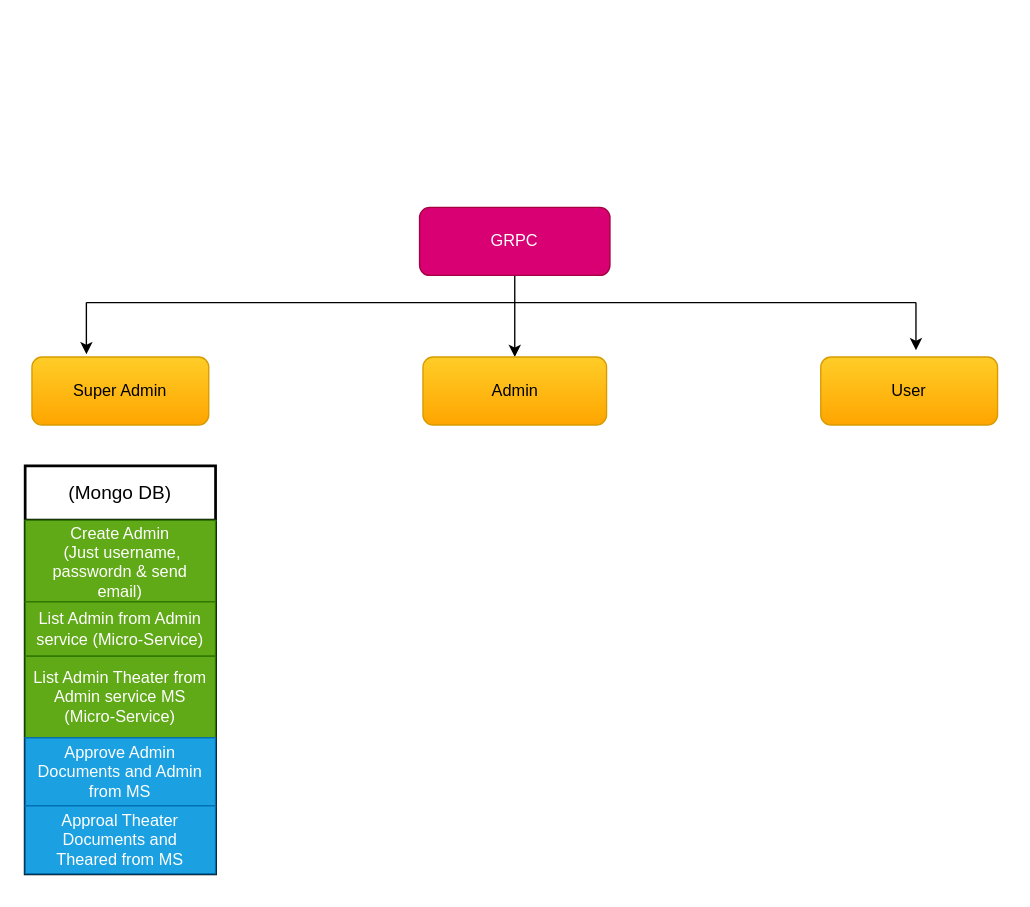
This is test.drawio from Arun0803200/Microservice-Project, a draw.io file, before an edit. Source tidied: cells renumbered, new cells numbered last; positions are measured from the earlier drawing's top-left corner, leaving out a move shared by most shapes. Both pictures are drawn from the tidied source at 136%, with x=0, y=0 at pixel (24, 207).
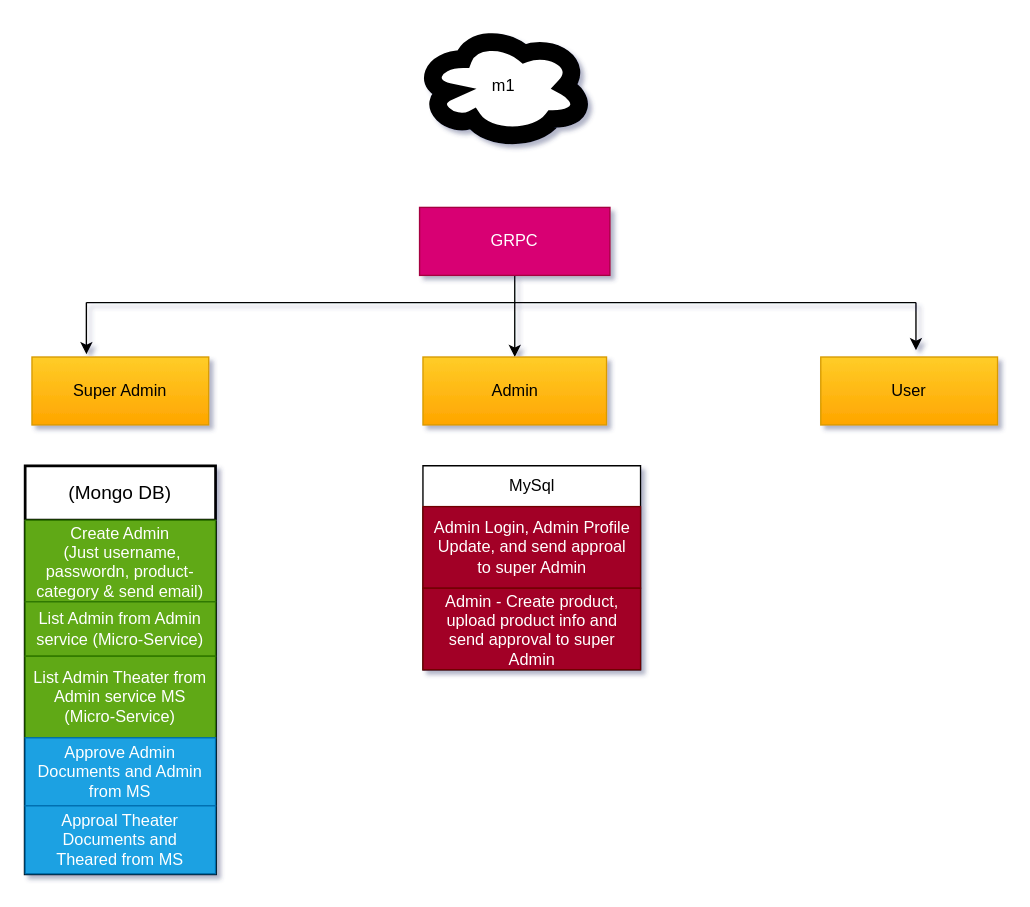
Above is the later version.

Commit message:
Add admin flow for m1

Diff of the diagram source:
```diff
@@
-<mxGraphModel>
+<mxGraphModel shadow="1">
@@
-    <mxCell id="2" style="edgeStyle=none;html=1;exitX=0.5;exitY=1;exitDx=0;exitDy=0;entryX=0.5;entryY=0;entryDx=0;entryDy=0;" parent="1" edge="1" source="3" target="5">
+    <mxCell id="2" style="edgeStyle=none;html=1;exitX=0.5;exitY=1;exitDx=0;exitDy=0;entryX=0.5;entryY=0;entryDx=0;entryDy=0;rounded=0;" parent="1" edge="1" source="3" target="5">
       <mxGeometry relative="1" as="geometry" />
     </mxCell>
-    <mxCell id="3" value="GRPC" style="rounded=1;whiteSpace=wrap;html=1;fillColor=#d80073;fontColor=#ffffff;strokeColor=#A50040;" parent="1" vertex="1">
+    <mxCell id="3" value="GRPC" style="rounded=0;whiteSpace=wrap;html=1;fillColor=#d80073;fontColor=#ffffff;strokeColor=#A50040;" parent="1" vertex="1">
       <mxGeometry x="290" width="140" height="50" as="geometry" />
     </mxCell>
-    <mxCell id="4" value="Super Admin" style="rounded=1;whiteSpace=wrap;html=1;fillColor=#ffcd28;gradientColor=#ffa500;strokeColor=#d79b00;" parent="1" vertex="1">
+    <mxCell id="4" value="Super Admin" style="rounded=0;whiteSpace=wrap;html=1;fillColor=#ffcd28;gradientColor=#ffa500;strokeColor=#d79b00;" parent="1" vertex="1">
       <mxGeometry x="5" y="110" width="130" height="50" as="geometry" />
     </mxCell>
-    <mxCell id="5" value="Admin" style="rounded=1;whiteSpace=wrap;html=1;fillColor=#ffcd28;gradientColor=#ffa500;strokeColor=#d79b00;" parent="1" vertex="1">
+    <mxCell id="5" value="Admin" style="rounded=0;whiteSpace=wrap;html=1;fillColor=#ffcd28;gradientColor=#ffa500;strokeColor=#d79b00;" parent="1" vertex="1">
       <mxGeometry x="292.5" y="110" width="135" height="50" as="geometry" />
     </mxCell>
-    <mxCell id="6" value="User" style="rounded=1;whiteSpace=wrap;html=1;fillColor=#ffcd28;gradientColor=#ffa500;strokeColor=#d79b00;" parent="1" vertex="1">
+    <mxCell id="6" value="User" style="rounded=0;whiteSpace=wrap;html=1;fillColor=#ffcd28;gradientColor=#ffa500;strokeColor=#d79b00;" parent="1" vertex="1">
       <mxGeometry x="585" y="110" width="130" height="50" as="geometry" />
     </mxCell>
-    <mxCell id="7" style="endArrow=none;html=1;" parent="1" edge="1">
+    <mxCell id="7" style="endArrow=none;html=1;rounded=0;" parent="1" edge="1">
       <mxGeometry relative="1" as="geometry">
         <mxPoint x="45" y="70" as="sourcePoint" />
         <mxPoint x="655" y="70" as="targetPoint" />
       </mxGeometry>
     </mxCell>
-    <mxCell id="8" style="endArrow=classic;html=1;entryX=0.308;entryY=-0.04;entryDx=0;entryDy=0;entryPerimeter=0;" parent="1" edge="1" target="4">
+    <mxCell id="8" style="endArrow=classic;html=1;entryX=0.308;entryY=-0.04;entryDx=0;entryDy=0;entryPerimeter=0;rounded=0;" parent="1" edge="1" target="4">
       <mxGeometry relative="1" as="geometry">
         <mxPoint x="45" y="70" as="sourcePoint" />
       </mxGeometry>
     </mxCell>
-    <mxCell id="9" style="text;html=1;align=center;verticalAlign=middle;points=[];strokeColor=none;fillColor=none;" parent="1" vertex="1">
+    <mxCell id="9" style="text;html=1;align=center;verticalAlign=middle;points=[];strokeColor=none;fillColor=none;rounded=0;" parent="1" vertex="1">
       <mxGeometry x="645" y="75" width="20" height="30" as="geometry" />
     </mxCell>
-    <mxCell id="10" style="endArrow=classic;html=1;entryX=0.5;entryY=1;entryDx=0;entryDy=0;entryPerimeter=0;" parent="1" edge="1" target="9">
+    <mxCell id="10" style="endArrow=classic;html=1;entryX=0.5;entryY=1;entryDx=0;entryDy=0;entryPerimeter=0;rounded=0;" parent="1" edge="1" target="9">
       <mxGeometry relative="1" as="geometry">
         <mxPoint x="655" y="70" as="sourcePoint" />
       </mxGeometry>
     </mxCell>
-    <mxCell id="11" value="(Mongo DB)" style="swimlane;fontStyle=0;horizontal=1;startSize=40;whiteSpace=wrap;html=1;strokeWidth=2;align=center;fontSize=14;verticalAlign=middle;" parent="1" vertex="1">
+    <mxCell id="11" value="(Mongo DB)" style="swimlane;fontStyle=0;horizontal=1;startSize=40;whiteSpace=wrap;html=1;strokeWidth=2;align=center;fontSize=14;verticalAlign=middle;rounded=0;" parent="1" vertex="1">
       <mxGeometry y="190" width="140" height="300" as="geometry" />
     </mxCell>
-    <mxCell id="12" value="Create Admin&lt;br&gt;&amp;nbsp;(Just username, passwordn &amp;amp; send email)" style="text;strokeColor=#2D7600;fillColor=#60a917;align=center;verticalAlign=middle;spacingLeft=4;spacingRight=4;overflow=hidden;whiteSpace=wrap;html=1;fontColor=#ffffff;" parent="11" vertex="1">
+    <mxCell id="12" value="Create Admin&lt;br&gt;&amp;nbsp;(Just username, passwordn, product-category &amp;amp; send email)" style="text;strokeColor=#2D7600;fillColor=#60a917;align=center;verticalAlign=middle;spacingLeft=4;spacingRight=4;overflow=hidden;whiteSpace=wrap;html=1;fontColor=#ffffff;rounded=0;" parent="11" vertex="1">
       <mxGeometry y="40" width="140" height="60" as="geometry" />
     </mxCell>
-    <mxCell id="13" value="List Admin from Admin service (Micro-Service)" style="text;strokeColor=#2D7600;fillColor=#60a917;align=center;verticalAlign=middle;spacingLeft=4;spacingRight=4;overflow=hidden;whiteSpace=wrap;html=1;fontColor=#ffffff;" parent="11" vertex="1">
+    <mxCell id="13" value="List Admin from Admin service (Micro-Service)" style="text;strokeColor=#2D7600;fillColor=#60a917;align=center;verticalAlign=middle;spacingLeft=4;spacingRight=4;overflow=hidden;whiteSpace=wrap;html=1;fontColor=#ffffff;rounded=0;" parent="11" vertex="1">
       <mxGeometry y="100" width="140" height="40" as="geometry" />
     </mxCell>
-    <mxCell id="14" value="List Admin Theater from Admin service MS&lt;br&gt;(Micro-Service)" style="text;strokeColor=#2D7600;fillColor=#60a917;align=center;verticalAlign=middle;spacingLeft=4;spacingRight=4;overflow=hidden;whiteSpace=wrap;html=1;fontColor=#ffffff;" parent="11" vertex="1">
+    <mxCell id="14" value="List Admin Theater from Admin service MS&lt;br&gt;(Micro-Service)" style="text;strokeColor=#2D7600;fillColor=#60a917;align=center;verticalAlign=middle;spacingLeft=4;spacingRight=4;overflow=hidden;whiteSpace=wrap;html=1;fontColor=#ffffff;rounded=0;" parent="11" vertex="1">
       <mxGeometry y="140" width="140" height="60" as="geometry" />
     </mxCell>
-    <mxCell id="15" value="Approve Admin Documents and Admin from MS" style="text;strokeColor=#006EAF;fillColor=#1ba1e2;align=center;verticalAlign=middle;spacingLeft=4;spacingRight=4;overflow=hidden;whiteSpace=wrap;html=1;fontColor=#ffffff;" parent="11" vertex="1">
+    <mxCell id="15" value="Approve Admin Documents and Admin from MS" style="text;strokeColor=#006EAF;fillColor=#1ba1e2;align=center;verticalAlign=middle;spacingLeft=4;spacingRight=4;overflow=hidden;whiteSpace=wrap;html=1;fontColor=#ffffff;rounded=0;" parent="11" vertex="1">
       <mxGeometry y="200" width="140" height="50" as="geometry" />
     </mxCell>
-    <mxCell id="16" value="Approal Theater Documents and Theared from MS" style="text;strokeColor=#006EAF;fillColor=#1ba1e2;align=center;verticalAlign=middle;spacingLeft=4;spacingRight=4;overflow=hidden;whiteSpace=wrap;html=1;fontColor=#ffffff;" parent="11" vertex="1">
+    <mxCell id="16" value="Approal Theater Documents and Theared from MS" style="text;strokeColor=#006EAF;fillColor=#1ba1e2;align=center;verticalAlign=middle;spacingLeft=4;spacingRight=4;overflow=hidden;whiteSpace=wrap;html=1;fontColor=#ffffff;rounded=0;" parent="11" vertex="1">
       <mxGeometry y="250" width="140" height="50" as="geometry" />
     </mxCell>
+    <mxCell id="17" value="MySql" style="swimlane;fontStyle=0;horizontal=1;startSize=30;whiteSpace=wrap;html=1;align=center;rounded=0;" parent="1" vertex="1">
+      <mxGeometry x="292.5" y="190" width="160" height="150" as="geometry" />
+    </mxCell>
+    <mxCell id="18" value="Admin Login, Admin Profile Update, and send approal to super Admin" style="text;strokeColor=#6F0000;fillColor=#a20025;align=center;verticalAlign=middle;spacingLeft=4;spacingRight=4;overflow=hidden;whiteSpace=wrap;html=1;fontColor=#ffffff;rounded=0;" parent="17" vertex="1">
+      <mxGeometry y="30" width="160" height="60" as="geometry" />
+    </mxCell>
+    <mxCell id="19" value="Admin - Create product, upload product info and send approval to super Admin" style="text;strokeColor=#6F0000;fillColor=#a20025;align=center;verticalAlign=middle;spacingLeft=4;spacingRight=4;overflow=hidden;whiteSpace=wrap;html=1;fontColor=#ffffff;rounded=0;" parent="17" vertex="1">
+      <mxGeometry y="90" width="160" height="60" as="geometry" />
+    </mxCell>
+    <mxCell id="20" value="m1" style="ellipse;shape=cloud;whiteSpace=wrap;html=1;strokeWidth=13;" parent="1" vertex="1">
+      <mxGeometry x="292" y="-129" width="120" height="80" as="geometry" />
+    </mxCell>
```
